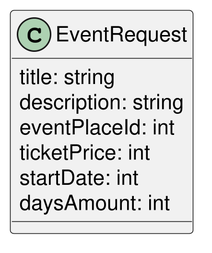
Before: img/event-request.png, a diagram exported from PlantUML (ai-shift/cyber-valley-tickets).
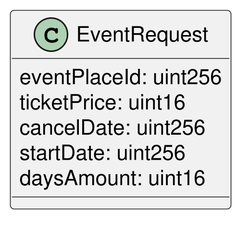
The same file after the commit.

The edit, as a diff of the source:
```diff
@@ -1,11 +1,10 @@
 @startuml
 skinparam Dpi 300
 class EventRequest {
-  title: string
-  description: string
-  eventPlaceId: int
-  ticketPrice: int
-  startDate: int
-  daysAmount: int
+  eventPlaceId: uint256
+  ticketPrice: uint16
+  cancelDate: uint256
+  startDate: uint256
+  daysAmount: uint16
 }
 @enduml
```
